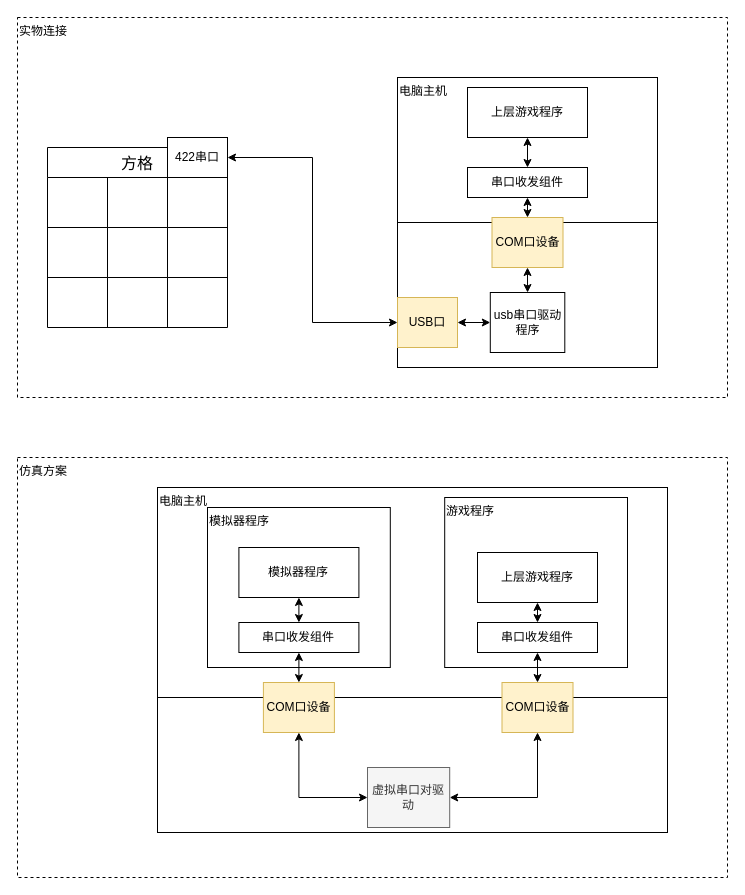
Before: mhfg/方格模拟器方案.drawio in pleasecallmekaige/drawio_file, a draw.io diagram. Source tidied: cells renumbered, new cells numbered last; positions are measured from the earlier drawing's top-left corner, leaving out a move shared by most shapes. Both pictures are drawn from the tidied source at 100%, with x=0, y=0 at pixel (17, 17).
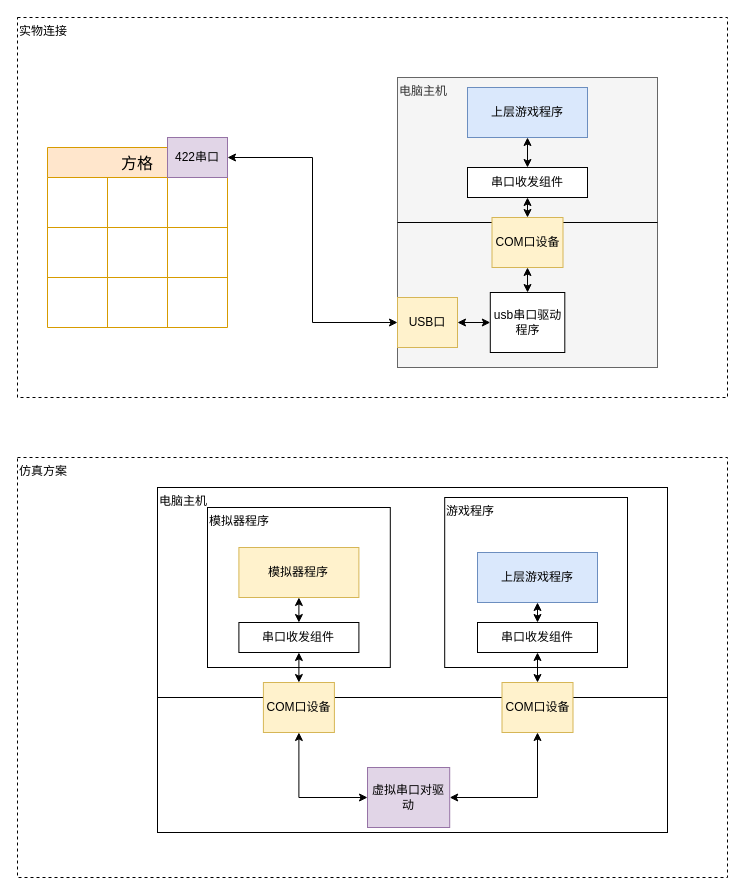
After the change.

Commit message (it also covers changes not shown here):
更新方格模拟器方案.drawio

Diff of the diagram source:
```diff
@@
-    <mxCell id="6" value="电脑主机" style="rounded=0;whiteSpace=wrap;html=1;align=left;verticalAlign=top;" parent="1" vertex="1">
+    <mxCell id="6" value="电脑主机" style="rounded=0;whiteSpace=wrap;html=1;align=left;verticalAlign=top;fillColor=#f5f5f5;fontColor=#333333;strokeColor=#666666;" parent="1" vertex="1">
       <mxGeometry x="380" y="60" width="260" height="290" as="geometry" />
     </mxCell>
@@
-    <mxCell id="9" value="方格" style="shape=table;startSize=30;childLayout=tableLayout;strokeColor=default;fontSize=16;" parent="1" vertex="1">
+    <mxCell id="9" value="方格" style="shape=table;startSize=30;childLayout=tableLayout;strokeColor=#d79b00;fontSize=16;fillColor=#ffe6cc;" parent="1" vertex="1">
       <mxGeometry x="30" y="130" width="180" height="180" as="geometry" />
     </mxCell>
@@
-    <mxCell id="23" value="422串口" style="rounded=0;whiteSpace=wrap;html=1;" parent="1" vertex="1">
+    <mxCell id="23" value="422串口" style="rounded=0;whiteSpace=wrap;html=1;fillColor=#e1d5e7;strokeColor=#9673a6;" parent="1" vertex="1">
       <mxGeometry x="150" y="120" width="60" height="40" as="geometry" />
     </mxCell>
@@
-    <mxCell id="29" value="上层游戏程序" style="rounded=0;whiteSpace=wrap;html=1;" parent="1" vertex="1">
+    <mxCell id="29" value="上层游戏程序" style="rounded=0;whiteSpace=wrap;html=1;fillColor=#dae8fc;strokeColor=#6c8ebf;" parent="1" vertex="1">
       <mxGeometry x="450" y="70" width="120" height="50" as="geometry" />
     </mxCell>
@@
-    <mxCell id="36" value="虚拟串口对驱动" style="rounded=0;whiteSpace=wrap;html=1;fillColor=#f5f5f5;fontColor=#333333;strokeColor=#666666;" parent="1" vertex="1">
+    <mxCell id="36" value="虚拟串口对驱动" style="rounded=0;whiteSpace=wrap;html=1;fillColor=#e1d5e7;strokeColor=#9673a6;" parent="1" vertex="1">
       <mxGeometry x="350" y="750" width="82.2" height="60" as="geometry" />
     </mxCell>
@@
-    <mxCell id="38" value="上层游戏程序" style="rounded=0;whiteSpace=wrap;html=1;" parent="1" vertex="1">
+    <mxCell id="38" value="上层游戏程序" style="rounded=0;whiteSpace=wrap;html=1;fillColor=#dae8fc;strokeColor=#6c8ebf;" parent="1" vertex="1">
       <mxGeometry x="460" y="535" width="120" height="50" as="geometry" />
     </mxCell>
@@
-    <mxCell id="42" value="模拟器程序" style="rounded=0;whiteSpace=wrap;html=1;" parent="1" vertex="1">
+    <mxCell id="42" value="模拟器程序" style="rounded=0;whiteSpace=wrap;html=1;fillColor=#fff2cc;strokeColor=#d6b656;" parent="1" vertex="1">
       <mxGeometry x="221.4" y="530" width="120" height="50" as="geometry" />
     </mxCell>
```
